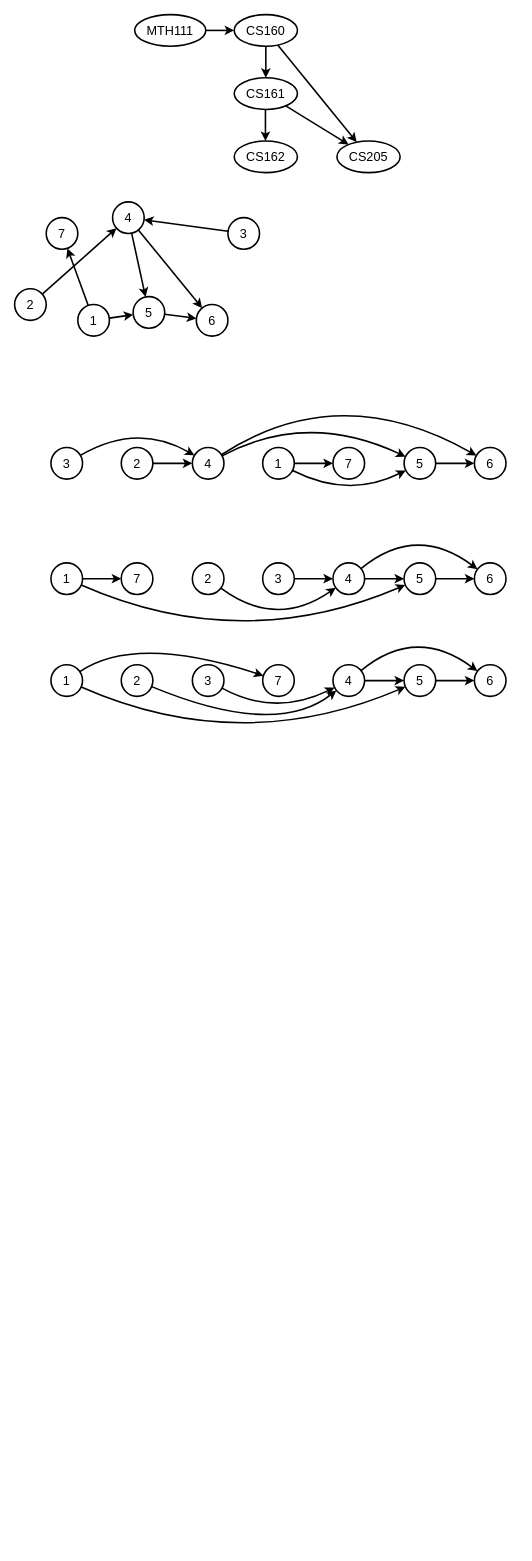
This is page "DAG" (3 of 3) of external/images/graphs/graph-algorithms.drawio from ascholerChemeketa/welcomeprogramming, a draw.io file, before an edit. Source tidied: cells renumbered, new cells numbered last; positions are measured from the earlier drawing's top-left corner, leaving out a move shared by most shapes. Both pictures are drawn from the tidied source at 79%, with x=0, y=0 at pixel (14, 14).
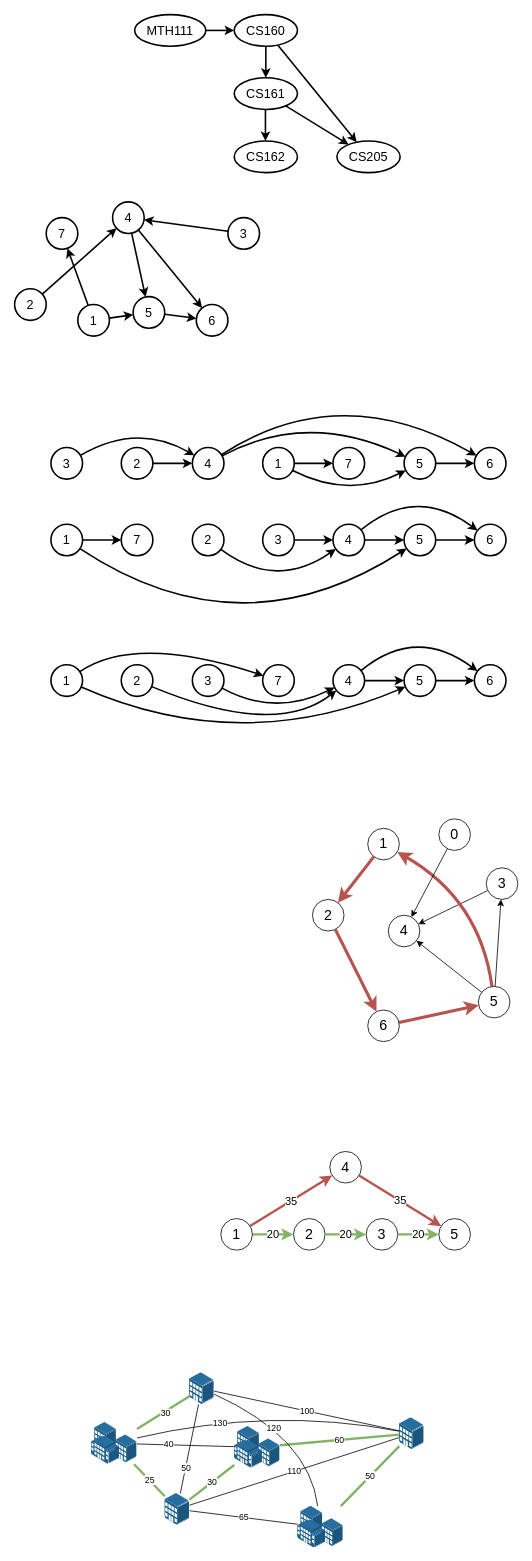
The same page after the edit.

Change to the diagram source:
```diff
@@
     <mxCell id="26" value="1" style="ellipse;whiteSpace=wrap;html=1;strokeWidth=2;fontSize=16;fontColor=#000000;" parent="1" vertex="1">
-      <mxGeometry x="46" y="694" width="40" height="40" as="geometry" />
+      <mxGeometry x="46" y="645" width="40" height="40" as="geometry" />
     </mxCell>
     <mxCell id="27" value="3" style="ellipse;whiteSpace=wrap;html=1;strokeWidth=2;fontSize=16;fontColor=#000000;" parent="1" vertex="1">
-      <mxGeometry x="314" y="694" width="40" height="40" as="geometry" />
+      <mxGeometry x="314" y="645" width="40" height="40" as="geometry" />
     </mxCell>
     <mxCell id="28" value="2" style="ellipse;whiteSpace=wrap;html=1;strokeWidth=2;fontSize=16;fontColor=#000000;" parent="1" vertex="1">
-      <mxGeometry x="225" y="694" width="40" height="40" as="geometry" />
+      <mxGeometry x="225" y="645" width="40" height="40" as="geometry" />
     </mxCell>
     <mxCell id="29" value="6" style="ellipse;whiteSpace=wrap;html=1;strokeWidth=2;fontSize=16;fontColor=#000000;" parent="1" vertex="1">
-      <mxGeometry x="582" y="694" width="40" height="40" as="geometry" />
+      <mxGeometry x="582" y="645" width="40" height="40" as="geometry" />
     </mxCell>
     <mxCell id="30" value="7" style="ellipse;whiteSpace=wrap;html=1;strokeWidth=2;fontSize=16;fontColor=#000000;" parent="1" vertex="1">
-      <mxGeometry x="135" y="694" width="40" height="40" as="geometry" />
+      <mxGeometry x="135" y="645" width="40" height="40" as="geometry" />
     </mxCell>
     <mxCell id="31" value="4" style="ellipse;whiteSpace=wrap;html=1;strokeWidth=2;fontSize=16;fontColor=#000000;" parent="1" vertex="1">
-      <mxGeometry x="403" y="694" width="40" height="40" as="geometry" />
+      <mxGeometry x="403" y="645" width="40" height="40" as="geometry" />
     </mxCell>
     <mxCell id="32" value="5" style="ellipse;whiteSpace=wrap;html=1;strokeWidth=2;fontSize=16;fontColor=#000000;" parent="1" vertex="1">
-      <mxGeometry x="493" y="694" width="40" height="40" as="geometry" />
+      <mxGeometry x="493" y="645" width="40" height="40" as="geometry" />
     </mxCell>
@@
     <mxCell id="35" style="endArrow=classic;html=1;strokeWidth=2;fontSize=16;fontColor=#000000;curved=1;" parent="1" edge="1" source="28" target="31">
       <mxGeometry relative="1" as="geometry">
         <Array as="points">
-          <mxPoint x="331" y="778" />
+          <mxPoint x="331" y="729" />
         </Array>
       </mxGeometry>
     </mxCell>
@@
     <mxCell id="39" style="endArrow=classic;html=1;strokeWidth=2;fontSize=16;fontColor=#000000;curved=1;" parent="1" edge="1" source="31" target="29">
       <mxGeometry relative="1" as="geometry">
         <Array as="points">
-          <mxPoint x="508" y="644" />
+          <mxPoint x="508" y="595" />
         </Array>
       </mxGeometry>
     </mxCell>
@@
+    <mxCell id="68" value="&lt;font style=&quot;font-size: 18px&quot;&gt;1&lt;/font&gt;" style="ellipse;whiteSpace=wrap;html=1;strokeWidth=1;" parent="1" vertex="1">
+      <mxGeometry x="447" y="1030" width="40" height="40" as="geometry" />
+    </mxCell>
+    <mxCell id="69" style="edgeStyle=none;curved=1;jettySize=auto;html=1;endArrow=classic;endFill=1;strokeWidth=1;" parent="1" edge="1" source="70" target="71">
+      <mxGeometry relative="1" as="geometry" />
+    </mxCell>
+    <mxCell id="70" value="&lt;font style=&quot;font-size: 18px&quot;&gt;3&lt;/font&gt;" style="ellipse;whiteSpace=wrap;html=1;strokeWidth=1;" parent="1" vertex="1">
+      <mxGeometry x="597" y="1080" width="40" height="40" as="geometry" />
+    </mxCell>
+    <mxCell id="71" value="&lt;span style=&quot;font-size: 18px&quot;&gt;4&lt;/span&gt;" style="ellipse;whiteSpace=wrap;html=1;strokeWidth=1;" parent="1" vertex="1">
+      <mxGeometry x="473" y="1140" width="40" height="40" as="geometry" />
+    </mxCell>
+    <mxCell id="72" style="edgeStyle=none;rounded=0;jettySize=auto;html=1;endArrow=classic;endFill=1;strokeWidth=1;" parent="1" edge="1" source="75" target="71">
+      <mxGeometry relative="1" as="geometry" />
+    </mxCell>
+    <mxCell id="73" style="edgeStyle=none;rounded=0;jettySize=auto;html=1;endArrow=classic;endFill=1;strokeWidth=1;" parent="1" edge="1" source="75" target="70">
+      <mxGeometry relative="1" as="geometry" />
+    </mxCell>
+    <mxCell id="74" style="edgeStyle=none;jettySize=auto;html=1;endArrow=classic;endFill=1;strokeWidth=4;curved=1;fillColor=#f8cecc;strokeColor=#b85450;" parent="1" edge="1" source="75" target="68">
+      <mxGeometry relative="1" as="geometry">
+        <Array as="points">
+          <mxPoint x="589" y="1120" />
+        </Array>
+      </mxGeometry>
+    </mxCell>
+    <mxCell id="75" value="&lt;span style=&quot;font-size: 18px&quot;&gt;5&lt;/span&gt;" style="ellipse;whiteSpace=wrap;html=1;strokeWidth=1;" parent="1" vertex="1">
+      <mxGeometry x="587" y="1230" width="40" height="40" as="geometry" />
+    </mxCell>
+    <mxCell id="76" style="edgeStyle=none;jettySize=auto;html=1;endArrow=none;endFill=0;strokeWidth=4;curved=1;startArrow=classic;startFill=1;fillColor=#f8cecc;strokeColor=#b85450;" parent="1" edge="1" source="75" target="77">
+      <mxGeometry relative="1" as="geometry" />
+    </mxCell>
+    <mxCell id="77" value="&lt;span style=&quot;font-size: 18px&quot;&gt;6&lt;/span&gt;" style="ellipse;whiteSpace=wrap;html=1;strokeWidth=1;" parent="1" vertex="1">
+      <mxGeometry x="447" y="1260" width="40" height="40" as="geometry" />
+    </mxCell>
+    <mxCell id="78" style="edgeStyle=none;curved=1;jettySize=auto;html=1;endArrow=classic;endFill=1;strokeWidth=4;fillColor=#f8cecc;strokeColor=#b85450;" parent="1" edge="1" source="79" target="77">
+      <mxGeometry relative="1" as="geometry" />
+    </mxCell>
+    <mxCell id="79" value="&lt;span style=&quot;font-size: 18px&quot;&gt;2&lt;br&gt;&lt;/span&gt;" style="ellipse;whiteSpace=wrap;html=1;strokeWidth=1;" parent="1" vertex="1">
+      <mxGeometry x="377" y="1120" width="40" height="40" as="geometry" />
+    </mxCell>
+    <mxCell id="80" style="edgeStyle=none;rounded=0;jettySize=auto;html=1;endArrow=classic;endFill=1;strokeWidth=4;fillColor=#f8cecc;strokeColor=#b85450;" parent="1" edge="1" source="68" target="79">
+      <mxGeometry relative="1" as="geometry" />
+    </mxCell>
+    <mxCell id="81" value="&lt;font style=&quot;font-size: 18px&quot;&gt;0&lt;/font&gt;" style="ellipse;whiteSpace=wrap;html=1;strokeWidth=1;" parent="1" vertex="1">
+      <mxGeometry x="537" y="1018" width="40" height="40" as="geometry" />
+    </mxCell>
+    <mxCell id="82" style="edgeStyle=none;rounded=0;jettySize=auto;html=1;endArrow=classic;endFill=1;strokeWidth=1;" parent="1" edge="1" source="81" target="71">
+      <mxGeometry relative="1" as="geometry" />
+    </mxCell>
+    <mxCell id="83" value="&lt;span style=&quot;font-size: 18px&quot;&gt;4&lt;/span&gt;" style="ellipse;whiteSpace=wrap;html=1;strokeWidth=1;" parent="1" vertex="1">
+      <mxGeometry x="399" y="1439" width="40" height="40" as="geometry" />
+    </mxCell>
+    <mxCell id="84" value="35" style="rounded=1;jettySize=auto;html=1;fontSize=14;curved=0;spacing=2;spacingTop=0;spacingRight=0;spacingLeft=0;fillColor=#f8cecc;strokeColor=#b85450;strokeWidth=3;" parent="1" edge="1" source="87" target="83">
+      <mxGeometry relative="1" as="geometry" />
+    </mxCell>
+    <mxCell id="85" value="35" style="rounded=1;jettySize=auto;html=1;fontSize=14;curved=0;spacing=2;spacingTop=0;spacingRight=0;spacingLeft=0;fillColor=#f8cecc;strokeColor=#b85450;strokeWidth=3;" parent="1" edge="1" source="83" target="90">
+      <mxGeometry relative="1" as="geometry" />
+    </mxCell>
+    <mxCell id="86" value="20" style="edgeStyle=orthogonalEdgeStyle;rounded=0;jettySize=auto;html=1;exitX=1;exitY=0.5;exitDx=0;exitDy=0;fontSize=14;spacing=2;spacingTop=0;spacingRight=0;spacingLeft=0;fillColor=#d5e8d4;strokeColor=#82b366;strokeWidth=3;" parent="1" edge="1" source="87" target="88">
+      <mxGeometry relative="1" as="geometry" />
+    </mxCell>
+    <mxCell id="87" value="&lt;font style=&quot;font-size: 18px&quot;&gt;1&lt;/font&gt;" style="ellipse;whiteSpace=wrap;html=1;strokeWidth=1;" parent="1" vertex="1">
+      <mxGeometry x="261" y="1524" width="40" height="40" as="geometry" />
+    </mxCell>
+    <mxCell id="88" value="&lt;span style=&quot;font-size: 18px&quot;&gt;2&lt;br&gt;&lt;/span&gt;" style="ellipse;whiteSpace=wrap;html=1;strokeWidth=1;" parent="1" vertex="1">
+      <mxGeometry x="353" y="1524" width="40" height="40" as="geometry" />
+    </mxCell>
+    <mxCell id="89" value="&lt;font style=&quot;font-size: 18px&quot;&gt;3&lt;/font&gt;" style="ellipse;whiteSpace=wrap;html=1;strokeWidth=1;" parent="1" vertex="1">
+      <mxGeometry x="445" y="1524" width="40" height="40" as="geometry" />
+    </mxCell>
+    <mxCell id="90" value="&lt;span style=&quot;font-size: 18px&quot;&gt;5&lt;/span&gt;" style="ellipse;whiteSpace=wrap;html=1;strokeWidth=1;" parent="1" vertex="1">
+      <mxGeometry x="537" y="1524" width="40" height="40" as="geometry" />
+    </mxCell>
+    <mxCell id="91" value="20" style="edgeStyle=orthogonalEdgeStyle;rounded=0;jettySize=auto;html=1;fontSize=14;spacing=2;spacingTop=0;spacingRight=0;spacingLeft=0;fillColor=#d5e8d4;strokeColor=#82b366;strokeWidth=3;" parent="1" edge="1" source="88" target="89">
+      <mxGeometry relative="1" as="geometry" />
+    </mxCell>
+    <mxCell id="92" value="20" style="edgeStyle=orthogonalEdgeStyle;rounded=0;jettySize=auto;html=1;fontSize=14;spacing=2;spacingTop=0;spacingRight=0;spacingLeft=0;fillColor=#d5e8d4;strokeColor=#82b366;strokeWidth=3;" parent="1" edge="1" source="89" target="90">
+      <mxGeometry relative="1" as="geometry" />
+    </mxCell>
+    <mxCell id="93" style="endArrow=none;html=1;rounded=0;fillColor=#d5e8d4;strokeColor=#82b366;strokeWidth=3;" parent="1" edge="1" source="95" target="111">
+      <mxGeometry relative="1" as="geometry" />
+    </mxCell>
+    <mxCell id="94" value="30" style="edgeLabel;html=1;align=center;verticalAlign=middle;" parent="93" vertex="1">
+      <mxGeometry x="0.04" y="-2" relative="1" as="geometry" />
+    </mxCell>
+    <mxCell id="95" style="image;points=[];html=1;align=center;shadow=0;dashed=0;image=img/lib/allied_telesis/buildings/Building_Cluster.svg;" parent="1" vertex="1">
+      <mxGeometry x="97" y="1782" width="57.9" height="53" as="geometry" />
+    </mxCell>
+    <mxCell id="96" style="image;points=[];html=1;align=center;shadow=0;dashed=0;image=img/lib/allied_telesis/buildings/Building_Cluster.svg;" parent="1" vertex="1">
+      <mxGeometry x="358" y="1888" width="57.9" height="53" as="geometry" />
+    </mxCell>
+    <mxCell id="97" style="image;points=[];html=1;align=center;shadow=0;dashed=0;image=img/lib/allied_telesis/buildings/Medium_Business_Building.svg;" parent="1" vertex="1">
+      <mxGeometry x="190" y="1871.8" width="31.3" height="40.2" as="geometry" />
+    </mxCell>
+    <mxCell id="98" value="25" style="endArrow=none;html=1;rounded=0;fillColor=#d5e8d4;strokeColor=#82b366;strokeWidth=3;" parent="1" edge="1" source="97" target="95">
+      <mxGeometry relative="1" as="geometry" />
+    </mxCell>
+    <mxCell id="99" value="50" style="endArrow=none;html=1;rounded=0;" parent="1" edge="1" source="97" target="111">
+      <mxGeometry x="-0.43" y="-1" relative="1" as="geometry" />
+    </mxCell>
+    <mxCell id="100" value="65" style="endArrow=none;html=1;rounded=0;" parent="1" edge="1" source="96" target="97">
+      <mxGeometry relative="1" as="geometry" />
+    </mxCell>
+    <mxCell id="101" value="130" style="endArrow=none;html=1;rounded=0;curved=1;" parent="1" edge="1" source="95" target="110">
+      <mxGeometry x="-0.37" y="-6" relative="1" as="geometry">
+        <Array as="points">
+          <mxPoint x="324" y="1762" />
+        </Array>
+      </mxGeometry>
+    </mxCell>
+    <mxCell id="102" value="110" style="endArrow=none;html=1;rounded=0;" parent="1" edge="1" source="110" target="97">
+      <mxGeometry relative="1" as="geometry" />
+    </mxCell>
+    <mxCell id="103" style="image;points=[];html=1;align=center;shadow=0;dashed=0;image=img/lib/allied_telesis/buildings/Building_Cluster.svg;" parent="1" vertex="1">
+      <mxGeometry x="278" y="1787" width="57.9" height="53" as="geometry" />
+    </mxCell>
+    <mxCell id="104" value="50" style="endArrow=none;html=1;rounded=0;fillColor=#d5e8d4;strokeColor=#82b366;strokeWidth=3;" parent="1" edge="1" source="110" target="96">
+      <mxGeometry relative="1" as="geometry" />
+    </mxCell>
+    <mxCell id="105" value="60" style="endArrow=none;html=1;rounded=0;fillColor=#d5e8d4;strokeColor=#82b366;strokeWidth=3;" parent="1" edge="1" source="110" target="103">
+      <mxGeometry relative="1" as="geometry" />
+    </mxCell>
+    <mxCell id="106" value="100" style="endArrow=none;html=1;rounded=0;" parent="1" edge="1" source="110" target="111">
+      <mxGeometry relative="1" as="geometry" />
+    </mxCell>
+    <mxCell id="107" value="40" style="endArrow=none;html=1;rounded=0;" parent="1" edge="1" source="103" target="95">
+      <mxGeometry x="0.35" relative="1" as="geometry" />
+    </mxCell>
+    <mxCell id="108" value="30" style="endArrow=none;html=1;rounded=0;fillColor=#d5e8d4;strokeColor=#82b366;strokeWidth=3;" parent="1" edge="1" source="103" target="97">
+      <mxGeometry relative="1" as="geometry" />
+    </mxCell>
+    <mxCell id="109" value="120" style="endArrow=none;html=1;rounded=0;curved=1;" parent="1" edge="1" source="96" target="111">
+      <mxGeometry x="0.22" y="8" relative="1" as="geometry">
+        <Array as="points">
+          <mxPoint x="373" y="1801" />
+        </Array>
+      </mxGeometry>
+    </mxCell>
+    <mxCell id="110" style="image;points=[];html=1;align=center;shadow=0;dashed=0;image=img/lib/allied_telesis/buildings/Medium_Business_Building.svg;" parent="1" vertex="1">
+      <mxGeometry x="487" y="1776" width="31.3" height="40.2" as="geometry" />
+    </mxCell>
+    <mxCell id="111" style="image;points=[];html=1;align=center;shadow=0;dashed=0;image=img/lib/allied_telesis/buildings/Medium_Business_Building.svg;" parent="1" vertex="1">
+      <mxGeometry x="221.3" y="1719" width="31.3" height="40.2" as="geometry" />
+    </mxCell>
```
